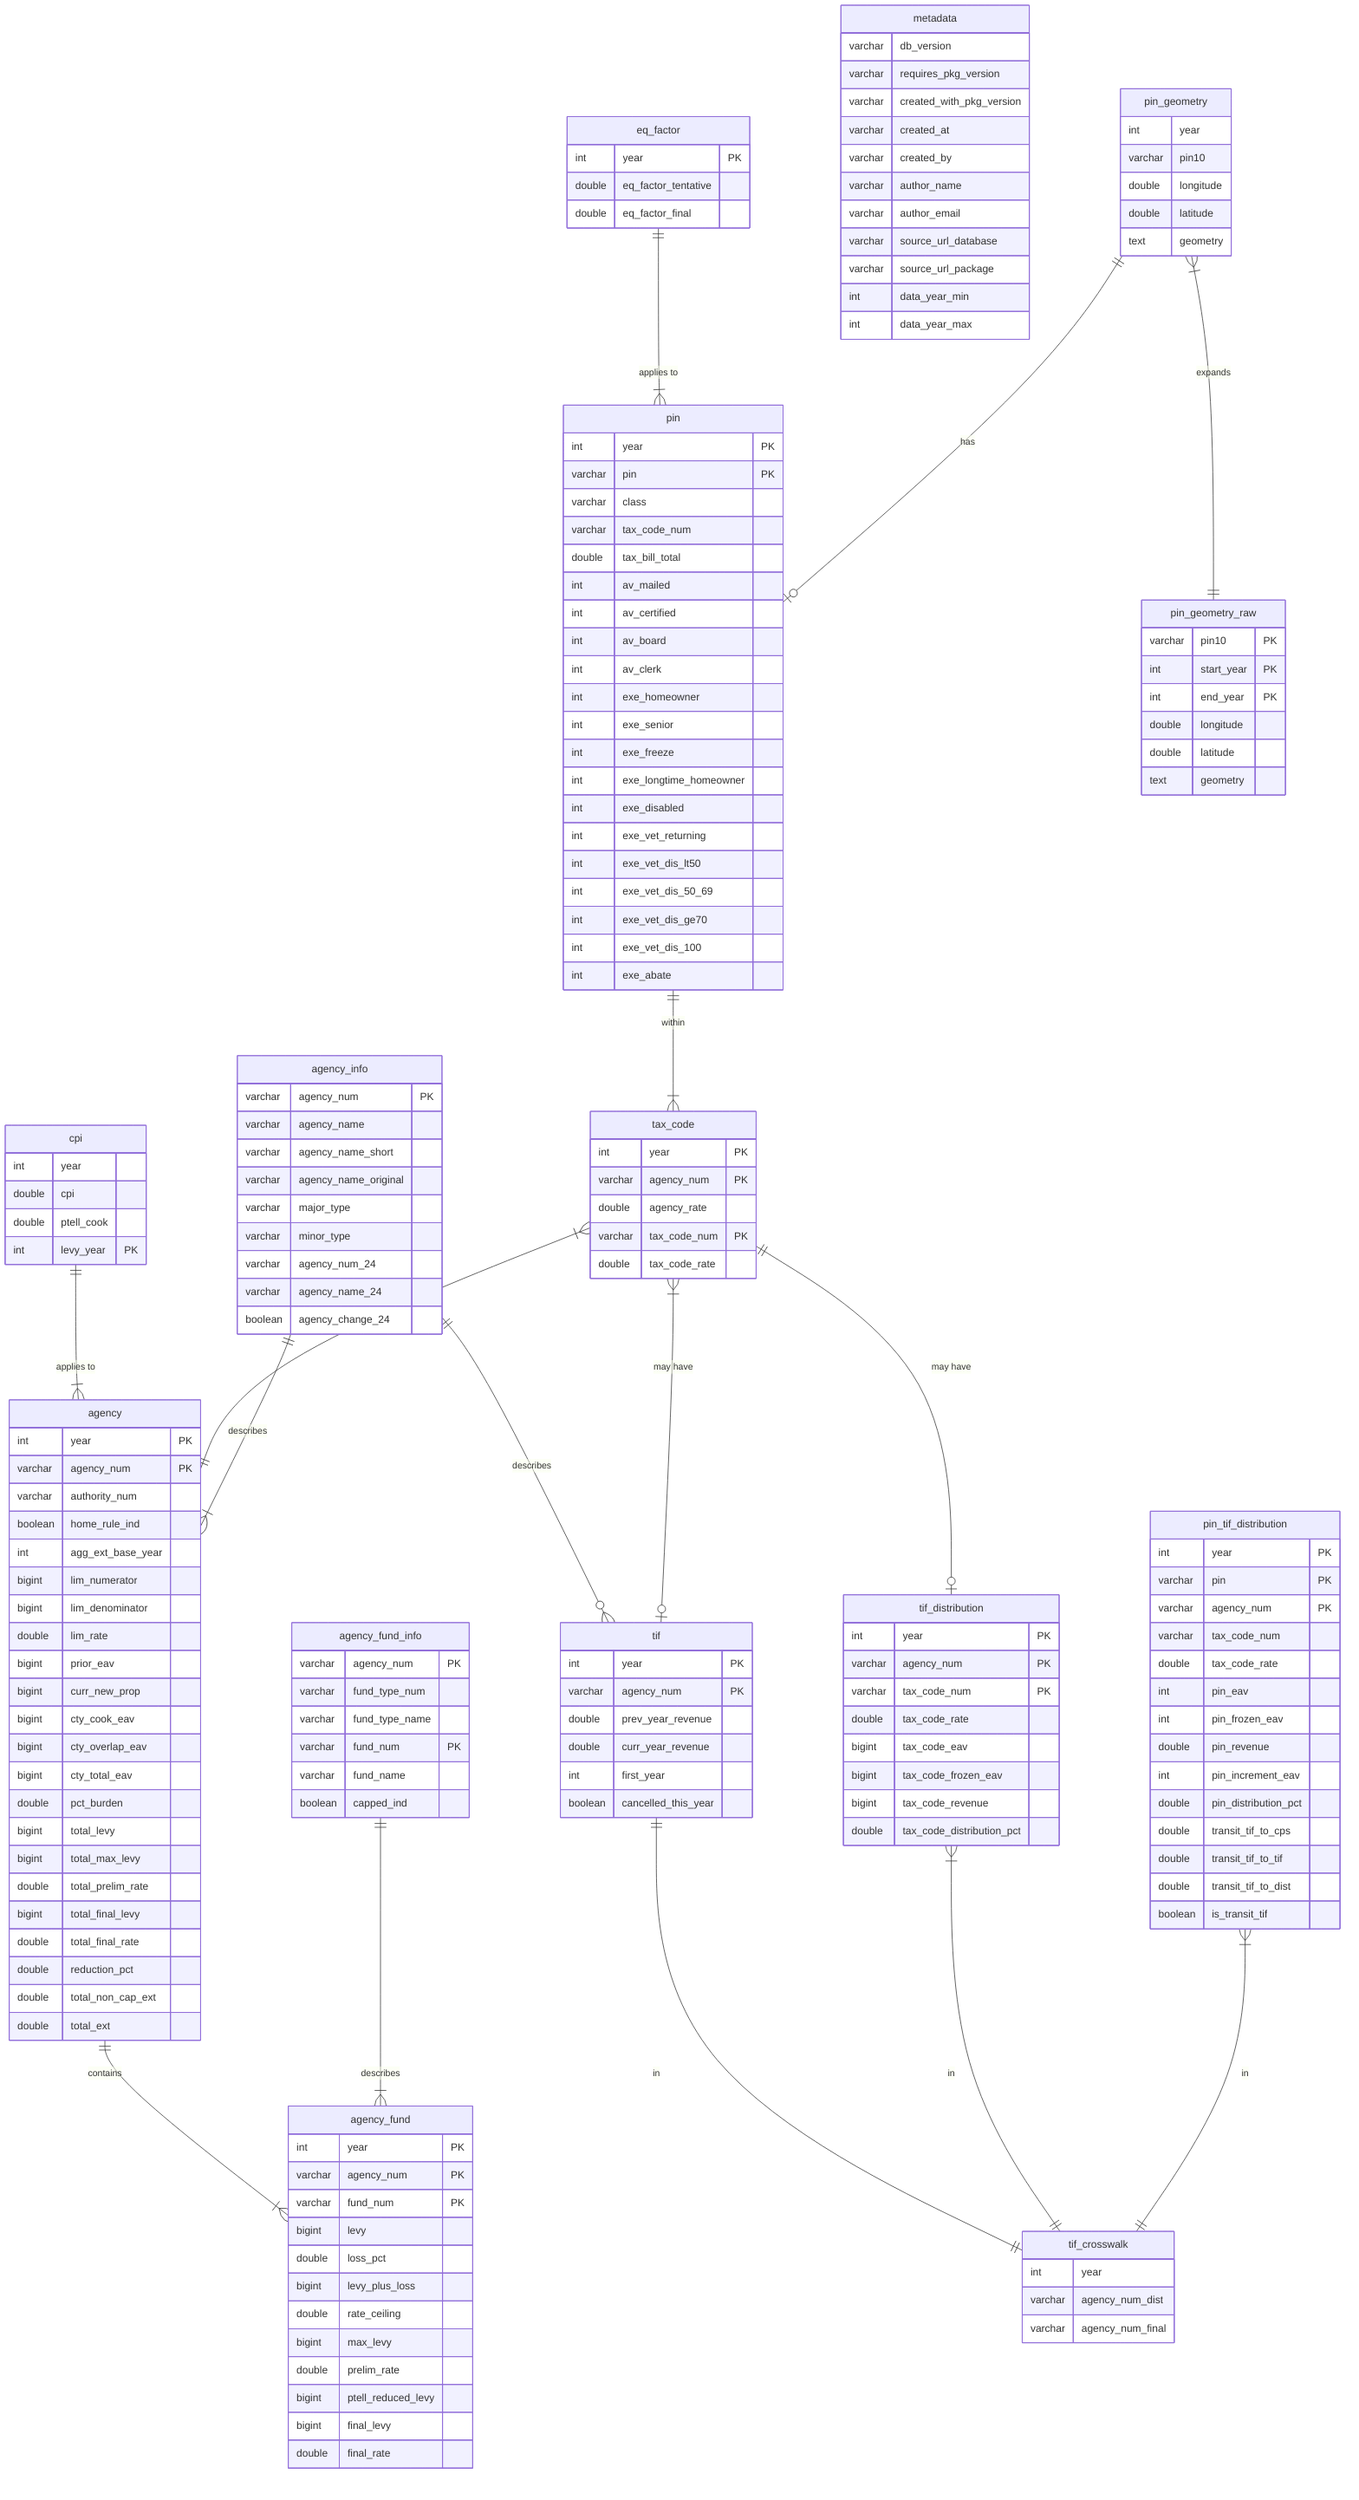
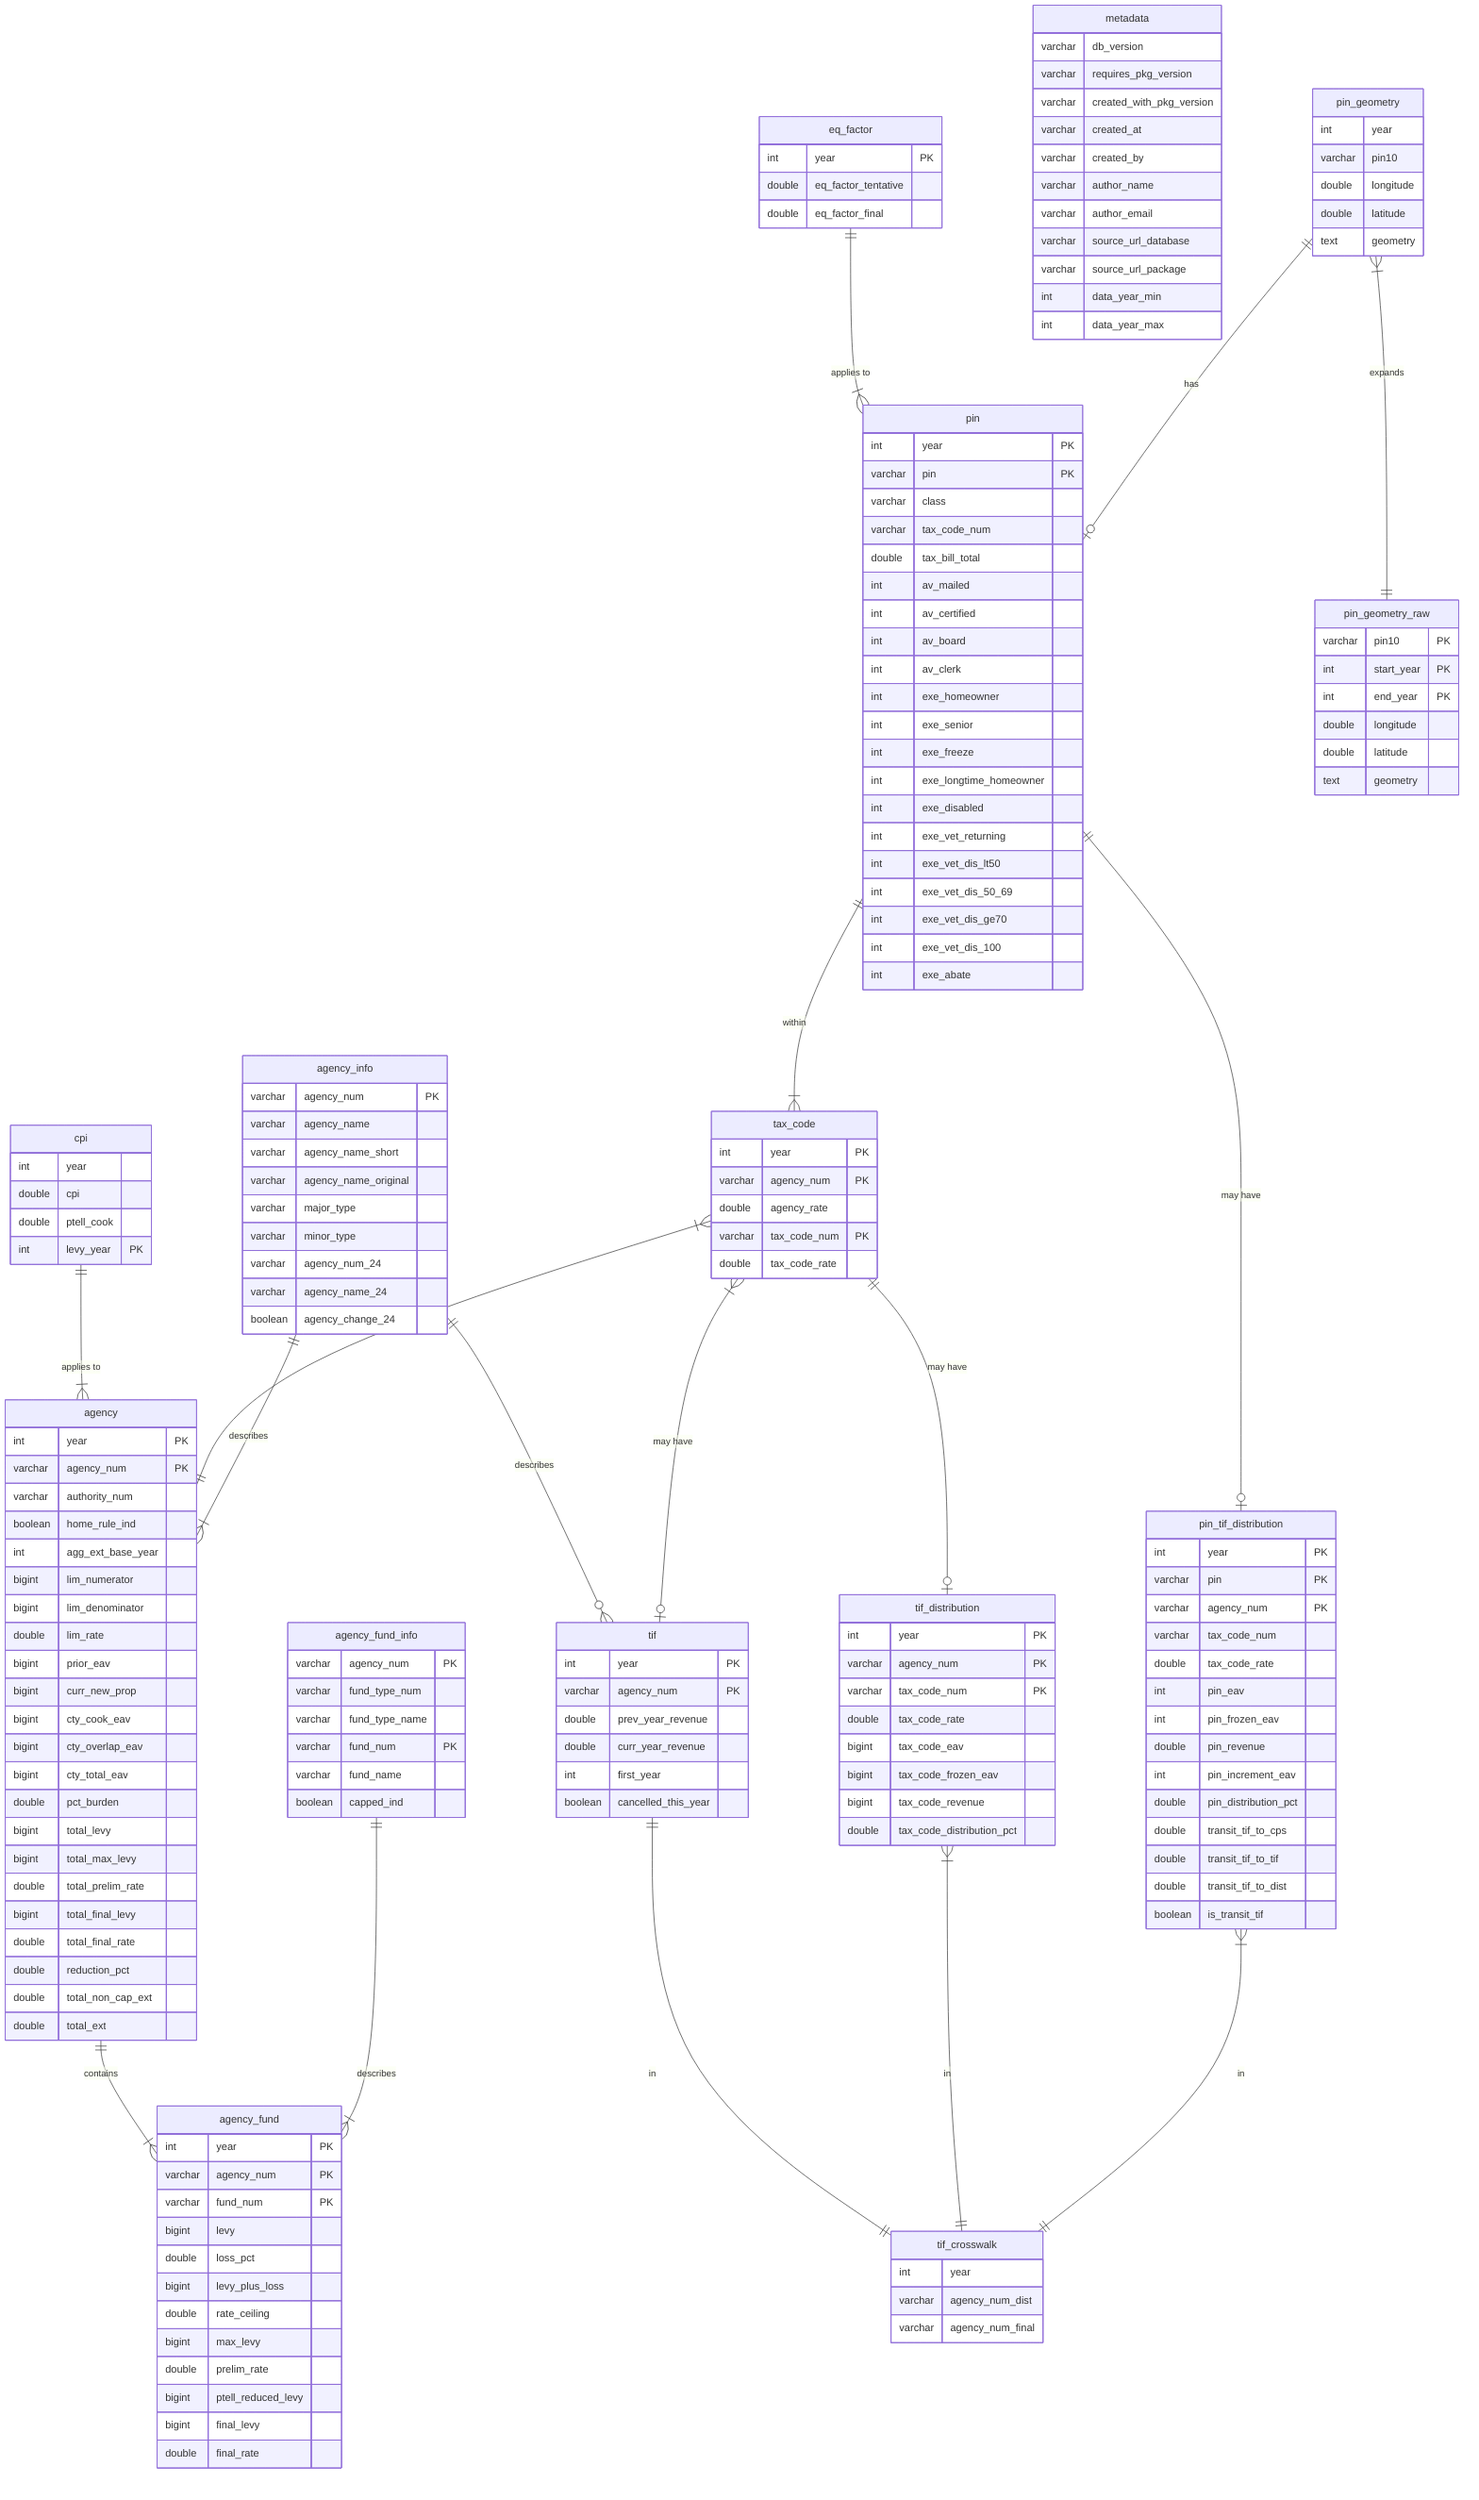
erDiagram

  agency {
    int     year              PK
    varchar agency_num        PK
    varchar authority_num
    boolean home_rule_ind
    int     agg_ext_base_year
    bigint  lim_numerator
    bigint  lim_denominator
    double  lim_rate
    bigint  prior_eav
    bigint  curr_new_prop
    bigint  cty_cook_eav
    bigint  cty_overlap_eav
    bigint  cty_total_eav
    double  pct_burden
    bigint  total_levy
    bigint  total_max_levy
    double  total_prelim_rate
    bigint  total_final_levy
    double  total_final_rate
    double  reduction_pct
    double  total_non_cap_ext
    double  total_ext
  }

  agency_info {
    varchar agency_num         PK
    varchar agency_name
    varchar agency_name_short
    varchar agency_name_original
    varchar major_type
    varchar minor_type
    varchar agency_num_24
    varchar agency_name_24
    boolean agency_change_24
  }

  agency_fund {
    int     year               PK
    varchar agency_num         PK
    varchar fund_num           PK
    bigint  levy
    double  loss_pct
    bigint  levy_plus_loss
    double  rate_ceiling
    bigint  max_levy
    double  prelim_rate
    bigint  ptell_reduced_levy
    bigint  final_levy
    double  final_rate
  }

  agency_fund_info {
    varchar agency_num         PK
    varchar fund_type_num
    varchar fund_type_name
    varchar fund_num           PK
    varchar fund_name
    boolean capped_ind
  }

  cpi {
    int     year
    double  cpi
    double  ptell_cook
    int     levy_year          PK
  }

  eq_factor {
    int     year               PK
    double  eq_factor_tentative
    double  eq_factor_final
  }

  metadata {
    varchar db_version
    varchar requires_pkg_version
    varchar created_with_pkg_version
    varchar created_at
    varchar created_by
    varchar author_name
    varchar author_email
    varchar source_url_database
    varchar source_url_package
    int     data_year_min
    int     data_year_max
  }

  pin {
    int     year               PK
    varchar pin                PK
    varchar class
    varchar tax_code_num
    double  tax_bill_total
    int     av_mailed
    int     av_certified
    int     av_board
    int     av_clerk
    int     exe_homeowner
    int     exe_senior
    int     exe_freeze
    int     exe_longtime_homeowner
    int     exe_disabled
    int     exe_vet_returning
    int     exe_vet_dis_lt50
    int     exe_vet_dis_50_69
    int     exe_vet_dis_ge70
    int     exe_vet_dis_100
    int     exe_abate
  }

  pin_geometry {
    int     year
    varchar pin10
    double  longitude
    double  latitude
    text    geometry
  }

  pin_geometry_raw {
    varchar pin10              PK
    int     start_year         PK
    int     end_year           PK
    double  longitude
    double  latitude
    text    geometry
  }

  tax_code {
    int     year               PK
    varchar agency_num         PK
    double  agency_rate
    varchar tax_code_num       PK
    double  tax_code_rate
  }

  tif {
    int     year               PK
    varchar agency_num         PK
    double  prev_year_revenue
    double  curr_year_revenue
    int     first_year
    boolean cancelled_this_year
  }

  tif_crosswalk {
    int     year
    varchar agency_num_dist
    varchar agency_num_final
  }

  tif_distribution {
    int     year               PK
    varchar agency_num         PK
    varchar tax_code_num       PK
    double  tax_code_rate
    bigint  tax_code_eav
    bigint  tax_code_frozen_eav
    bigint  tax_code_revenue
    double  tax_code_distribution_pct
  }

  pin_tif_distribution {
    int     year               PK
    varchar pin                PK
    varchar agency_num         PK
    varchar tax_code_num
    double  tax_code_rate
    int     pin_eav
    int     pin_frozen_eav
    double  pin_revenue
    int     pin_increment_eav
    double  pin_distribution_pct
    double  transit_tif_to_cps
    double  transit_tif_to_tif
    double  transit_tif_to_dist
    boolean is_transit_tif
  }

  eq_factor ||--|{ pin : "applies to"
  pin ||--|{ tax_code : "within"
+   pin ||--o| pin_tif_distribution : "may have"
  cpi ||--|{ agency : "applies to"
  tax_code }|--|| agency : "has"
  tax_code ||--o| tif_distribution : "may have"
  agency ||--|{ agency_fund : "contains"
  agency_info ||--|{ agency : "describes"
  agency_fund_info ||--|{ agency_fund : "describes"
  tif ||--|| tif_crosswalk : "in"
  tif_distribution }|--|| tif_crosswalk : "in"
  pin_tif_distribution }|--|| tif_crosswalk : "in"
  agency_info ||--o{ tif: "describes"
  tax_code }|--o| tif : "may have"
  pin_geometry ||--o| pin : "has"
  pin_geometry }|--|| pin_geometry_raw : "expands"
